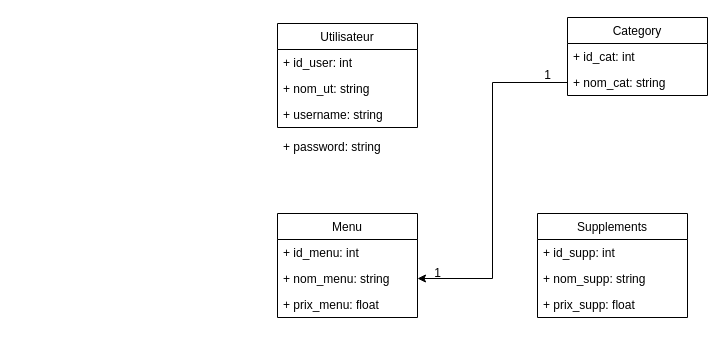
The draw.io diagram resto.drawio in aminov92/pizzahouse, before the edit. Source tidied: cells renumbered, new cells numbered last; positions are measured from the earlier drawing's top-left corner, leaving out a move shared by most shapes. Both pictures are drawn from the tidied source at 100%, with x=0, y=0 at pixel (277, 17).
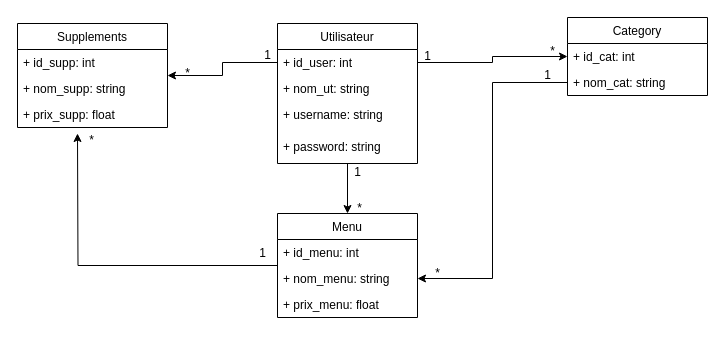
The same page after the edit.

The change refers to these unchanged cells:
```xml
<mxCell id="3" value="+ id_user: int" style="text;strokeColor=none;fillColor=none;align=left;verticalAlign=top;spacingLeft=4;spacingRight=4;overflow=hidden;points=[[0,0.5],[1,0.5]];portConstraint=eastwest;" parent="2" vertex="1">
  <mxGeometry y="26" width="140" height="26" as="geometry" />
</mxCell>
<mxCell id="8" value="+ id_cat: int" style="text;strokeColor=none;fillColor=none;align=left;verticalAlign=top;spacingLeft=4;spacingRight=4;overflow=hidden;points=[[0,0.5],[1,0.5]];portConstraint=eastwest;" parent="7" vertex="1">
  <mxGeometry y="26" width="140" height="26" as="geometry" />
</mxCell>
<mxCell id="14" value="Menu" style="swimlane;fontStyle=0;horizontal=1;startSize=26;fillColor=none;" parent="1" vertex="1">
  <mxGeometry y="196" width="140" height="104" as="geometry" />
</mxCell>
```

Diff of the diagram source:
```diff
@@
+    <mxCell id="21" style="edgeStyle=orthogonalEdgeStyle;rounded=0;jettySize=auto;html=1;entryX=0.5;entryY=0;entryDx=0;entryDy=0;" parent="1" edge="1" source="2" target="14">
+      <mxGeometry relative="1" as="geometry" />
+    </mxCell>
     <mxCell id="2" value="Utilisateur" style="swimlane;fontStyle=0;horizontal=1;startSize=26;fillColor=none;" parent="1" vertex="1">
-      <mxGeometry y="6" width="140" height="104" as="geometry" />
+      <mxGeometry y="6" width="140" height="140" as="geometry" />
     </mxCell>
@@
     <mxCell id="5" value="+ username: string" style="text;strokeColor=none;fillColor=none;align=left;verticalAlign=top;spacingLeft=4;spacingRight=4;overflow=hidden;" parent="2" vertex="1">
-      <mxGeometry y="78" width="140" height="26" as="geometry" />
+      <mxGeometry y="78" width="140" height="62" as="geometry" />
     </mxCell>
@@
     <mxCell id="10" value="Supplements" style="swimlane;fontStyle=0;horizontal=1;startSize=26;fillColor=none;" parent="1" vertex="1">
-      <mxGeometry x="260" y="196" width="150" height="104" as="geometry" />
+      <mxGeometry x="-260" y="6" width="150" height="104" as="geometry" />
     </mxCell>
@@
+    <mxCell id="22" style="edgeStyle=orthogonalEdgeStyle;rounded=0;jettySize=auto;html=1;" parent="1" edge="1" source="14">
+      <mxGeometry relative="1" as="geometry">
+        <mxPoint x="-200" y="116" as="targetPoint" />
+      </mxGeometry>
+    </mxCell>
@@
-    <mxCell id="20" value="1" style="text;html=1;align=center;verticalAlign=middle;fillColor=none;strokeColor=none;rounded=0;" parent="1" vertex="1">
+    <mxCell id="20" value="*" style="text;html=1;align=center;verticalAlign=middle;fillColor=none;strokeColor=none;rounded=0;" parent="1" vertex="1">
       <mxGeometry x="150" y="246" width="20" height="20" as="geometry" />
     </mxCell>
+    <mxCell id="23" style="edgeStyle=orthogonalEdgeStyle;rounded=0;jettySize=auto;html=1;exitX=0;exitY=0.5;exitDx=0;exitDy=0;entryX=1;entryY=0.5;entryDx=0;entryDy=0;" parent="1" edge="1" source="3" target="10">
+      <mxGeometry relative="1" as="geometry" />
+    </mxCell>
+    <mxCell id="24" value="1" style="text;html=1;align=center;verticalAlign=middle;fillColor=none;strokeColor=none;rounded=0;" parent="1" vertex="1">
+      <mxGeometry x="-20" y="28" width="20" height="20" as="geometry" />
+    </mxCell>
+    <mxCell id="25" value="*" style="text;html=1;align=center;verticalAlign=middle;fillColor=none;strokeColor=none;rounded=0;" parent="1" vertex="1">
+      <mxGeometry x="-100" y="46" width="20" height="20" as="geometry" />
+    </mxCell>
+    <mxCell id="26" style="edgeStyle=orthogonalEdgeStyle;rounded=0;jettySize=auto;html=1;exitX=1;exitY=0.5;exitDx=0;exitDy=0;entryX=0;entryY=0.5;entryDx=0;entryDy=0;" parent="1" edge="1" source="3" target="8">
+      <mxGeometry relative="1" as="geometry" />
+    </mxCell>
+    <mxCell id="27" value="1" style="text;html=1;align=center;verticalAlign=middle;fillColor=none;strokeColor=none;rounded=0;" parent="1" vertex="1">
+      <mxGeometry x="70" y="145" width="20" height="20" as="geometry" />
+    </mxCell>
+    <mxCell id="28" value="*" style="text;html=1;align=center;verticalAlign=middle;fillColor=none;strokeColor=none;rounded=0;" parent="1" vertex="1">
+      <mxGeometry x="72" y="181" width="20" height="20" as="geometry" />
+    </mxCell>
+    <mxCell id="29" value="1" style="text;html=1;align=center;verticalAlign=middle;fillColor=none;strokeColor=none;rounded=0;" parent="1" vertex="1">
+      <mxGeometry x="140" y="29" width="20" height="20" as="geometry" />
+    </mxCell>
+    <mxCell id="30" value="*" style="text;html=1;align=center;verticalAlign=middle;fillColor=none;strokeColor=none;rounded=0;" parent="1" vertex="1">
+      <mxGeometry x="265" y="24" width="20" height="20" as="geometry" />
+    </mxCell>
+    <mxCell id="31" value="1" style="text;html=1;align=center;verticalAlign=middle;fillColor=none;strokeColor=none;rounded=0;" parent="1" vertex="1">
+      <mxGeometry x="-25" y="226" width="20" height="20" as="geometry" />
+    </mxCell>
+    <mxCell id="32" value="*" style="text;html=1;align=center;verticalAlign=middle;fillColor=none;strokeColor=none;rounded=0;" parent="1" vertex="1">
+      <mxGeometry x="-196" y="113" width="20" height="20" as="geometry" />
+    </mxCell>
```
